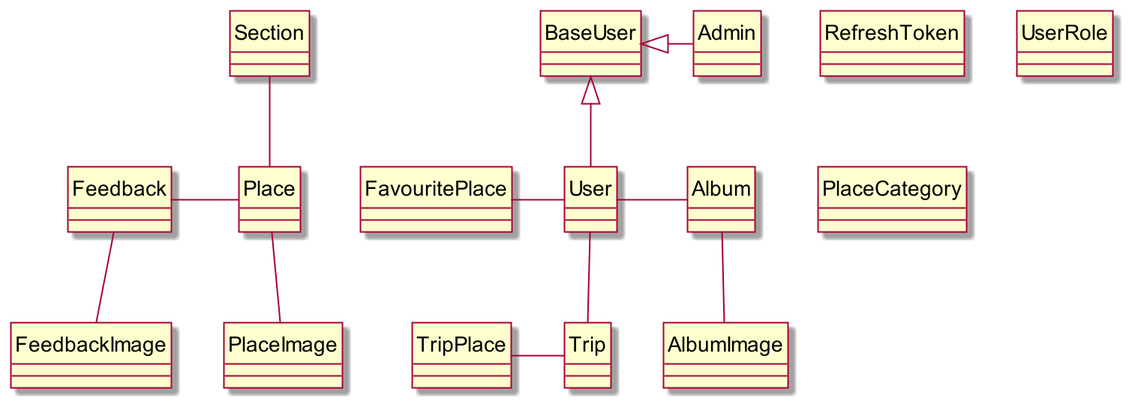
Before: Class/img/ClassConceptualDiagram.png, a diagram exported from PlantUML (Griselda4774/WanderFun_Diagram). Its diagram source:
```plantuml
@startuml ClassConceptualDiagram

skin rose
scale 2
hide circle

class Album {}

class AlbumImage {
}

class BaseUser {
}

class Admin {
}

class User {
}

class Place {
}

class PlaceImage {
}

class Feedback {
}

class FeedbackImage {
}

class Section {
}

class FavouritePlace {
}

class Trip {
}

class TripPlace {
}

class RefreshToken {
}

enum UserRole {
}

enum PlaceCategory {
}

BaseUser <|-right- Admin
BaseUser <|-down- User
Place -left- Feedback
Feedback -down- FeedbackImage
User -down- Trip
User -left- FavouritePlace
Trip -left- TripPlace
User -right- Album
Album -down- AlbumImage
Place -up- Section
Place -down- PlaceImage

@enduml
```
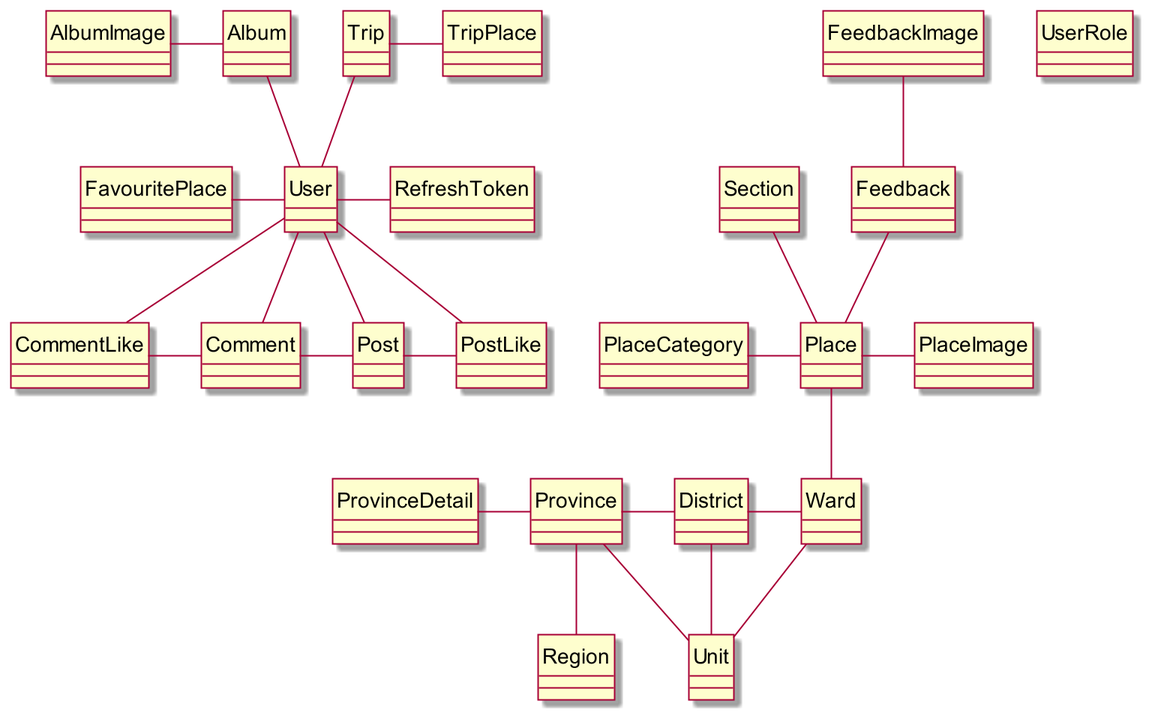
Above is the later version.

Commit message:
update conceptual diagram

Change to the diagram source:
```diff
@@ -7,12 +7,6 @@
 class Album {}
 
 class AlbumImage {
-}
-
-class BaseUser {
-}
-
-class Admin {
 }
 
 class User {
@@ -48,19 +42,73 @@
 enum UserRole {
 }
 
-enum PlaceCategory {
+class PlaceCategory {
 }
 
-BaseUser <|-right- Admin
-BaseUser <|-down- User
-Place -left- Feedback
-Feedback -down- FeedbackImage
-User -down- Trip
+class Province {
+}
+
+class District {
+}
+
+class Ward {
+}
+
+class Region {
+}
+
+class Unit {
+}
+
+class ProvinceDetail {
+}
+
+class Post {
+}
+
+class Comment {
+}
+
+class PostLike {
+}
+
+class CommentLike {
+}
+
+User -up- Trip
+User -up- Album
 User -left- FavouritePlace
-Trip -left- TripPlace
-User -right- Album
-Album -down- AlbumImage
+User -right- RefreshToken
+User -down- Post
+User -down- Comment
+User -down- PostLike
+User -down- CommentLike
+
+Album -left- AlbumImage
+
+Trip -right- TripPlace
+
+Place -up- Feedback
 Place -up- Section
-Place -down- PlaceImage
+Place -left- PlaceCategory
+Place -right- PlaceImage
+Place -down- Ward
+
+Feedback -up- FeedbackImage
+
+Province -down- Unit
+Province -down- Region
+Province -left- ProvinceDetail
+
+District -down- Unit
+District -left- Province
+
+Ward -down- Unit
+Ward -left- District
+
+Post -left- Comment
+Post -right- PostLike
+
+Comment -left- CommentLike
 
 @enduml
```
